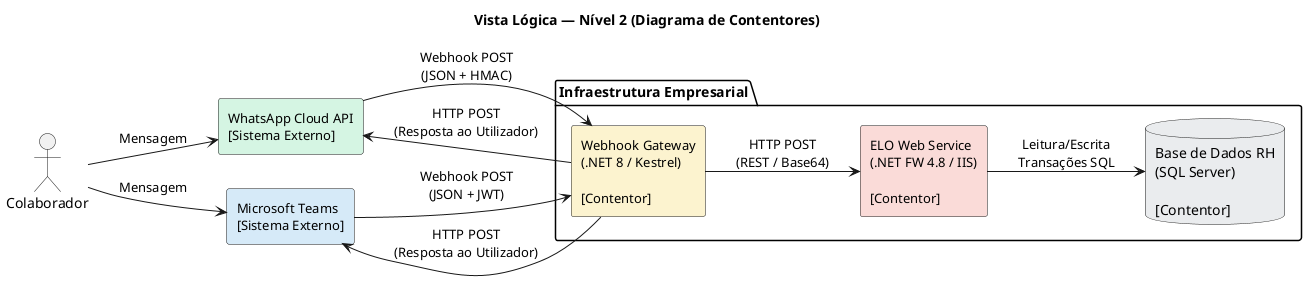
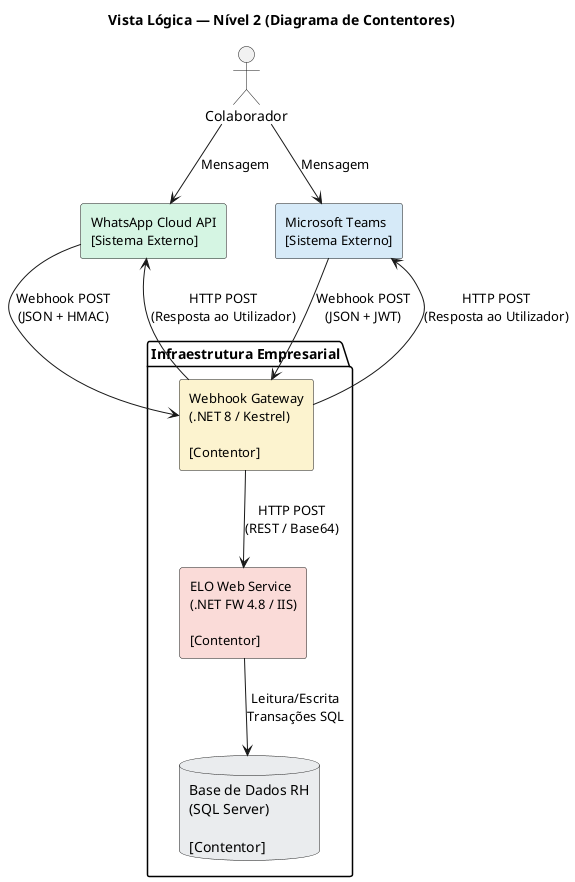
@startuml vista_logica_n2
skinparam backgroundColor #FFFFFF
skinparam shadowing false
skinparam defaultFontName "Segoe UI"
skinparam rectangleFontSize 13
skinparam componentFontSize 12
skinparam noteFontSize 11
- left to right direction
+ top to bottom direction

title Vista Lógica — Nível 2 (Diagrama de Contentores)

- ' Atores
+ ' Atores e Plataformas (em cima)
actor "Colaborador" as user

- ' Sistemas Externos
rectangle "WhatsApp Cloud API\n[Sistema Externo]" as wa_ext #D5F5E3
rectangle "Microsoft Teams\n[Sistema Externo]" as teams_ext #D6EAF8

- ' Sistema Interno da ELO
+ user --> wa_ext : "Mensagem"
+ user --> teams_ext : "Mensagem"
+ 
+ ' Sistema Interno (em baixo)
package "Infraestrutura Empresarial" {
    rectangle "Webhook Gateway\n(.NET 8 / Kestrel)\n\n[Contentor]" as gateway #FCF3CF
    rectangle "ELO Web Service\n(.NET FW 4.8 / IIS)\n\n[Contentor]" as elo_ext #FADBD8
    database "Base de Dados RH\n(SQL Server)\n\n[Contentor]" as db #EAECEE
}

' Relações
- user --> wa_ext : "Mensagem"
- user --> teams_ext : "Mensagem"
- 
wa_ext --> gateway : "Webhook POST\n(JSON + HMAC)"
teams_ext --> gateway : "Webhook POST\n(JSON + JWT)"

gateway --> elo_ext : "HTTP POST\n(REST / Base64)"
elo_ext --> db : "Leitura/Escrita\nTransações SQL"

gateway --> wa_ext : "HTTP POST\n(Resposta ao Utilizador)"
gateway --> teams_ext : "HTTP POST\n(Resposta ao Utilizador)"

@enduml
